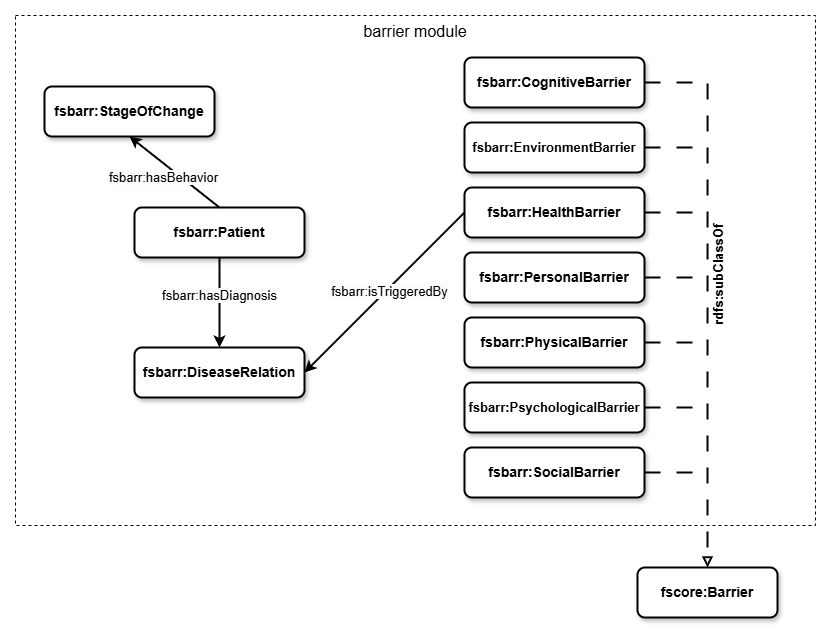
The draw.io diagram diagrams/barrier/barrier_module.png in IDA-FBK/FuS-KG, before a commit. Source tidied: cells renumbered, new cells last; positions are measured from the earlier drawing's top-left corner, leaving out a move shared by most shapes.
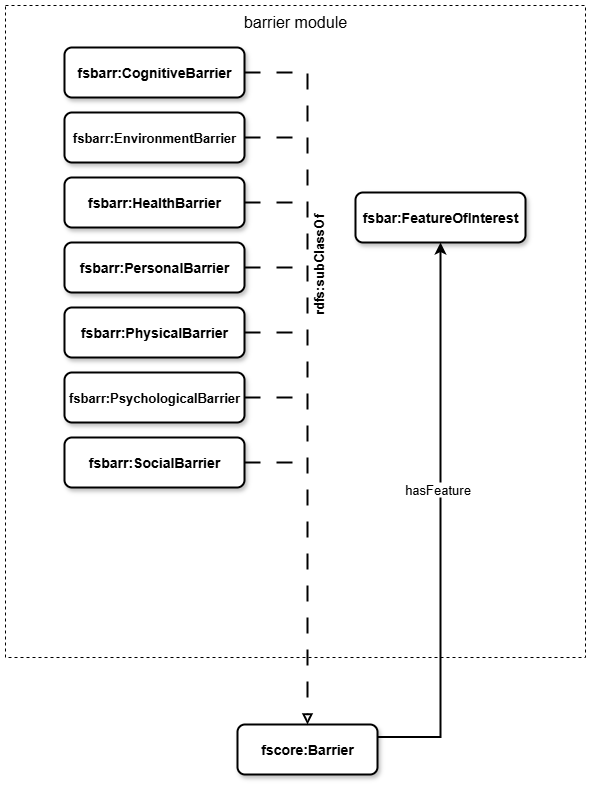
After the commit.

Change to the diagram source:
```diff
@@ -3,75 +3,67 @@
     <mxCell id="0" />
     <mxCell id="1" parent="0" />
     <mxCell id="2" value="barrier module" style="rounded=0;whiteSpace=wrap;html=1;verticalAlign=top;fontSize=16;fillColor=none;dashed=1;" parent="1" vertex="1">
-      <mxGeometry width="800" height="510" as="geometry" />
+      <mxGeometry x="390" width="580" height="652" as="geometry" />
     </mxCell>
-    <mxCell id="3" style="edgeStyle=none;shape=connector;rounded=0;jettySize=auto;html=1;exitX=1;exitY=0.5;exitDx=0;exitDy=0;dashed=1;dashPattern=8 8;strokeColor=default;strokeWidth=2;align=center;verticalAlign=middle;fontFamily=Helvetica;fontSize=11;fontColor=default;labelBackgroundColor=default;endArrow=none;endFill=0;" parent="1" edge="1" source="4">
-      <mxGeometry relative="1" as="geometry">
-        <mxPoint x="692" y="197" as="targetPoint" />
-      </mxGeometry>
-    </mxCell>
+    <mxCell id="27" style="edgeStyle=none;shape=connector;rounded=0;jettySize=auto;html=1;exitX=1;exitY=0.5;exitDx=0;exitDy=0;dashed=1;dashPattern=8 8;strokeColor=default;strokeWidth=2;align=center;verticalAlign=middle;fontFamily=Helvetica;fontSize=11;fontColor=default;labelBackgroundColor=default;endArrow=none;endFill=0;" parent="1" edge="1" source="4">
+      <mxGeometry relative="1" as="geometry">
+        <mxPoint x="692" y="197" as="targetPoint" />
+      </mxGeometry>
+    </mxCell>
     <mxCell id="4" value="&lt;span style=&quot;text-align: left;&quot;&gt;fsbarr:HealthBarrier&lt;/span&gt;" style="rounded=1;whiteSpace=wrap;html=1;strokeColor=default;strokeWidth=2;align=center;verticalAlign=middle;fontFamily=Helvetica;fontSize=14;fontColor=default;fillColor=default;shadow=1;fontStyle=1;" parent="1" vertex="1">
       <mxGeometry x="449" y="172" width="180" height="50" as="geometry" />
     </mxCell>
-    <mxCell id="5" style="edgeStyle=none;shape=connector;rounded=0;jettySize=auto;html=1;exitX=0;exitY=0.5;exitDx=0;exitDy=0;entryX=1;entryY=0.5;entryDx=0;entryDy=0;strokeColor=default;strokeWidth=2;align=center;verticalAlign=middle;fontFamily=Helvetica;fontSize=13;fontColor=default;labelBackgroundColor=default;endArrow=classic;" parent="1" edge="1" source="4" target="9">
-      <mxGeometry relative="1" as="geometry" />
-    </mxCell>
-    <mxCell id="6" value="&lt;span style=&quot;text-align: left; text-wrap-mode: wrap; background-color: rgb(251, 251, 251);&quot;&gt;fsbarr:isTriggeredBy&lt;/span&gt;" style="edgeLabel;html=1;align=center;verticalAlign=middle;fontFamily=Helvetica;fontSize=13;fontColor=default;labelBackgroundColor=default;" parent="5" vertex="1">
-      <mxGeometry x="-0.03" y="2" relative="1" as="geometry" />
-    </mxCell>
-    <mxCell id="7" style="edgeStyle=none;shape=connector;rounded=0;jettySize=auto;html=1;exitX=1;exitY=0.5;exitDx=0;exitDy=0;dashed=1;dashPattern=8 8;strokeColor=default;strokeWidth=2;align=center;verticalAlign=middle;fontFamily=Helvetica;fontSize=11;fontColor=default;labelBackgroundColor=default;endArrow=none;endFill=0;" parent="1" edge="1" source="8">
-      <mxGeometry relative="1" as="geometry">
-        <mxPoint x="692" y="262" as="targetPoint" />
-      </mxGeometry>
-    </mxCell>
+    <mxCell id="28" style="edgeStyle=none;shape=connector;rounded=0;jettySize=auto;html=1;exitX=1;exitY=0.5;exitDx=0;exitDy=0;dashed=1;dashPattern=8 8;strokeColor=default;strokeWidth=2;align=center;verticalAlign=middle;fontFamily=Helvetica;fontSize=11;fontColor=default;labelBackgroundColor=default;endArrow=none;endFill=0;" parent="1" edge="1" source="8">
+      <mxGeometry relative="1" as="geometry">
+        <mxPoint x="692" y="262" as="targetPoint" />
+      </mxGeometry>
+    </mxCell>
     <mxCell id="8" value="&lt;span style=&quot;text-align: left;&quot;&gt;&lt;font&gt;fsbarr:PersonalBarrier&lt;/font&gt;&lt;/span&gt;" style="rounded=1;whiteSpace=wrap;html=1;strokeColor=default;strokeWidth=2;align=center;verticalAlign=middle;fontFamily=Helvetica;fontSize=14;fontColor=default;fillColor=default;shadow=1;fontStyle=1;" parent="1" vertex="1">
       <mxGeometry x="449" y="237" width="180" height="50" as="geometry" />
     </mxCell>
-    <mxCell id="9" value="&lt;span style=&quot;text-align: left;&quot;&gt;&lt;font style=&quot;font-size: 14px;&quot;&gt;fsbarr:DiseaseRelation&lt;/font&gt;&lt;/span&gt;" style="rounded=1;whiteSpace=wrap;html=1;strokeColor=default;strokeWidth=2;align=center;verticalAlign=middle;fontFamily=Helvetica;fontSize=14;fontColor=default;fillColor=default;shadow=1;fontStyle=1;" parent="1" vertex="1">
-      <mxGeometry x="119" y="332" width="170" height="50" as="geometry" />
-    </mxCell>
+    <mxCell id="29" style="edgeStyle=orthogonalEdgeStyle;rounded=0;jettySize=auto;html=1;exitX=1;exitY=0.25;exitDx=0;exitDy=0;strokeColor=default;strokeWidth=2;align=center;verticalAlign=middle;fontFamily=Helvetica;fontSize=13;fontColor=default;labelBackgroundColor=default;endArrow=classic;" parent="1" edge="1" source="10" target="32">
+      <mxGeometry relative="1" as="geometry" />
+    </mxCell>
+    <mxCell id="30" value="hasFeature" style="edgeLabel;html=1;align=center;verticalAlign=middle;fontFamily=Helvetica;fontSize=13;fontColor=default;labelBackgroundColor=default;fillColor=none;gradientColor=none;rounded=0;strokeColor=default;strokeWidth=2;" parent="29" vertex="1">
+      <mxGeometry x="0.12" y="4" relative="1" as="geometry">
+        <mxPoint y="1" as="offset" />
+      </mxGeometry>
+    </mxCell>
     <mxCell id="10" value="fscore:Barrier" style="rounded=1;whiteSpace=wrap;html=1;strokeColor=default;strokeWidth=2;align=center;verticalAlign=middle;fontFamily=Helvetica;fontSize=14;fontColor=default;fillColor=default;shadow=1;fontStyle=1;" parent="1" vertex="1">
-      <mxGeometry x="622" y="552" width="140" height="50" as="geometry" />
+      <mxGeometry x="622" y="719" width="140" height="50" as="geometry" />
     </mxCell>
     <mxCell id="11" value="&lt;font style=&quot;font-size: 13px;&quot;&gt;&lt;span style=&quot;font-size: 13px;&quot;&gt;rdfs:subClassOf&lt;/span&gt;&lt;/font&gt;" style="text;html=1;strokeColor=none;fillColor=none;align=center;verticalAlign=middle;whiteSpace=wrap;rounded=0;rotation=270;fontSize=13;fontStyle=1;flipV=1;flipH=0;direction=west;" parent="1" vertex="1">
       <mxGeometry x="618" y="244" width="170" height="30" as="geometry" />
     </mxCell>
-    <mxCell id="12" value="&lt;span style=&quot;text-align: left;&quot;&gt;fsbarr:StageOfChange&lt;/span&gt;" style="rounded=1;whiteSpace=wrap;html=1;strokeColor=default;strokeWidth=2;align=center;verticalAlign=middle;fontFamily=Helvetica;fontSize=14;fontColor=default;fillColor=default;shadow=1;fontStyle=1;" parent="1" vertex="1">
-      <mxGeometry x="29" y="71" width="170" height="50" as="geometry" />
-    </mxCell>
-    <mxCell id="13" style="edgeStyle=none;rounded=0;jettySize=auto;html=1;exitX=0.5;exitY=1;exitDx=0;exitDy=0;entryX=0.5;entryY=0;entryDx=0;entryDy=0;strokeColor=default;strokeWidth=2;align=center;verticalAlign=middle;fontFamily=Helvetica;fontSize=13;fontColor=default;labelBackgroundColor=default;endArrow=classic;" parent="1" edge="1" source="15" target="9">
-      <mxGeometry relative="1" as="geometry" />
-    </mxCell>
-    <mxCell id="14" value="&lt;span style=&quot;text-align: left; text-wrap-mode: wrap; background-color: rgb(251, 251, 251);&quot;&gt;fsbarr:hasDiagnosis&lt;/span&gt;" style="edgeLabel;html=1;align=center;verticalAlign=middle;fontFamily=Helvetica;fontSize=13;fontColor=default;labelBackgroundColor=default;" parent="13" vertex="1">
-      <mxGeometry x="-0.16" y="-1" relative="1" as="geometry" />
-    </mxCell>
-    <mxCell id="15" value="&lt;span style=&quot;text-align: left;&quot;&gt;fsbarr:Patient&lt;/span&gt;" style="rounded=1;whiteSpace=wrap;html=1;strokeColor=default;strokeWidth=2;align=center;verticalAlign=middle;fontFamily=Helvetica;fontSize=14;fontColor=default;fillColor=default;shadow=1;fontStyle=1;" parent="1" vertex="1">
-      <mxGeometry x="119" y="192" width="170" height="50" as="geometry" />
-    </mxCell>
-    <mxCell id="16" value="&lt;span style=&quot;text-align: left; text-wrap-mode: wrap; background-color: rgb(251, 251, 251);&quot;&gt;&lt;font style=&quot;font-size: 13px;&quot;&gt;fsbarr:hasBehavior&lt;/font&gt;&lt;/span&gt;" style="edgeStyle=none;jettySize=auto;html=1;rounded=0;fontSize=13;strokeWidth=2;entryX=0.5;entryY=1;entryDx=0;entryDy=0;exitX=0.5;exitY=0;exitDx=0;exitDy=0;" parent="1" edge="1" source="15" target="12">
-      <mxGeometry x="0.09" y="11" relative="1" as="geometry" />
-    </mxCell>
-    <mxCell id="17" style="edgeStyle=none;shape=connector;rounded=0;jettySize=auto;html=1;exitX=1;exitY=0.5;exitDx=0;exitDy=0;dashed=1;dashPattern=8 8;strokeColor=default;strokeWidth=2;align=center;verticalAlign=middle;fontFamily=Helvetica;fontSize=11;fontColor=default;labelBackgroundColor=default;endArrow=none;endFill=0;" parent="1" edge="1" source="18">
-      <mxGeometry relative="1" as="geometry">
-        <mxPoint x="692" y="327" as="targetPoint" />
-      </mxGeometry>
-    </mxCell>
+    <mxCell id="31" style="edgeStyle=orthogonalEdgeStyle;rounded=0;orthogonalLoop=1;jettySize=auto;html=1;" parent="1" edge="1">
+      <mxGeometry relative="1" as="geometry">
+        <mxPoint x="703" y="194" as="targetPoint" />
+      </mxGeometry>
+    </mxCell>
+    <mxCell id="32" value="fsbar:FeatureOfInterest" style="rounded=1;whiteSpace=wrap;html=1;strokeColor=default;strokeWidth=2;align=center;verticalAlign=middle;fontFamily=Helvetica;fontSize=14;fontColor=default;fillColor=default;shadow=1;fontStyle=1;" parent="1" vertex="1">
+      <mxGeometry x="740" y="187" width="170" height="50" as="geometry" />
+    </mxCell>
+    <mxCell id="33" style="edgeStyle=none;shape=connector;rounded=0;jettySize=auto;html=1;exitX=1;exitY=0.5;exitDx=0;exitDy=0;dashed=1;dashPattern=8 8;strokeColor=default;strokeWidth=2;align=center;verticalAlign=middle;fontFamily=Helvetica;fontSize=11;fontColor=default;labelBackgroundColor=default;endArrow=none;endFill=0;" parent="1" edge="1" source="18">
+      <mxGeometry relative="1" as="geometry">
+        <mxPoint x="692" y="327" as="targetPoint" />
+      </mxGeometry>
+    </mxCell>
     <mxCell id="18" value="&lt;span style=&quot;text-align: left;&quot;&gt;&lt;font&gt;fsbarr:PhysicalBarrier&lt;/font&gt;&lt;/span&gt;" style="rounded=1;whiteSpace=wrap;html=1;strokeColor=default;strokeWidth=2;align=center;verticalAlign=middle;fontFamily=Helvetica;fontSize=14;fontColor=default;fillColor=default;shadow=1;fontStyle=1;" parent="1" vertex="1">
       <mxGeometry x="449" y="302" width="180" height="50" as="geometry" />
     </mxCell>
-    <mxCell id="19" style="edgeStyle=none;shape=connector;rounded=0;jettySize=auto;html=1;exitX=1;exitY=0.5;exitDx=0;exitDy=0;dashed=1;dashPattern=8 8;strokeColor=default;strokeWidth=2;align=center;verticalAlign=middle;fontFamily=Helvetica;fontSize=11;fontColor=default;labelBackgroundColor=default;endArrow=none;endFill=0;" parent="1" edge="1" source="20">
-      <mxGeometry relative="1" as="geometry">
-        <mxPoint x="692" y="392" as="targetPoint" />
-      </mxGeometry>
-    </mxCell>
+    <mxCell id="34" style="edgeStyle=none;shape=connector;rounded=0;jettySize=auto;html=1;exitX=1;exitY=0.5;exitDx=0;exitDy=0;dashed=1;dashPattern=8 8;strokeColor=default;strokeWidth=2;align=center;verticalAlign=middle;fontFamily=Helvetica;fontSize=11;fontColor=default;labelBackgroundColor=default;endArrow=none;endFill=0;" parent="1" edge="1" source="20">
+      <mxGeometry relative="1" as="geometry">
+        <mxPoint x="692" y="392" as="targetPoint" />
+      </mxGeometry>
+    </mxCell>
     <mxCell id="20" value="&lt;span style=&quot;text-align: left;&quot;&gt;&lt;font style=&quot;font-size: 13px;&quot;&gt;fsbarr:PsychologicalBarrier&lt;/font&gt;&lt;/span&gt;" style="rounded=1;whiteSpace=wrap;html=1;strokeColor=default;strokeWidth=2;align=center;verticalAlign=middle;fontFamily=Helvetica;fontSize=14;fontColor=default;fillColor=default;shadow=1;fontStyle=1;" parent="1" vertex="1">
       <mxGeometry x="449" y="367" width="180" height="50" as="geometry" />
     </mxCell>
-    <mxCell id="21" style="edgeStyle=none;shape=connector;rounded=0;jettySize=auto;html=1;exitX=1;exitY=0.5;exitDx=0;exitDy=0;dashed=1;dashPattern=8 8;strokeColor=default;strokeWidth=2;align=center;verticalAlign=middle;fontFamily=Helvetica;fontSize=11;fontColor=default;labelBackgroundColor=default;endArrow=none;endFill=0;" parent="1" edge="1" source="22">
-      <mxGeometry relative="1" as="geometry">
-        <mxPoint x="692" y="457" as="targetPoint" />
-      </mxGeometry>
-    </mxCell>
+    <mxCell id="35" style="edgeStyle=none;shape=connector;rounded=0;jettySize=auto;html=1;exitX=1;exitY=0.5;exitDx=0;exitDy=0;dashed=1;dashPattern=8 8;strokeColor=default;strokeWidth=2;align=center;verticalAlign=middle;fontFamily=Helvetica;fontSize=11;fontColor=default;labelBackgroundColor=default;endArrow=none;endFill=0;" parent="1" edge="1" source="22">
+      <mxGeometry relative="1" as="geometry">
+        <mxPoint x="692" y="457" as="targetPoint" />
+      </mxGeometry>
+    </mxCell>
     <mxCell id="22" value="fsbarr:SocialBarrier" style="rounded=1;whiteSpace=wrap;html=1;strokeColor=default;strokeWidth=2;align=center;verticalAlign=middle;fontFamily=Helvetica;fontSize=14;fontColor=default;fillColor=default;shadow=1;fontStyle=1;" parent="1" vertex="1">
       <mxGeometry x="449" y="432" width="180" height="50" as="geometry" />
     </mxCell>
@@ -81,11 +73,11 @@
     <mxCell id="24" value="fsbarr:CognitiveBarrier" style="rounded=1;whiteSpace=wrap;html=1;strokeColor=default;strokeWidth=2;align=center;verticalAlign=middle;fontFamily=Helvetica;fontSize=14;fontColor=default;fillColor=default;shadow=1;fontStyle=1;" parent="1" vertex="1">
       <mxGeometry x="449" y="42" width="180" height="50" as="geometry" />
     </mxCell>
-    <mxCell id="25" style="shape=connector;rounded=0;jettySize=auto;html=1;exitX=1;exitY=0.5;exitDx=0;exitDy=0;dashed=1;dashPattern=8 8;strokeColor=default;strokeWidth=2;align=center;verticalAlign=middle;fontFamily=Helvetica;fontSize=11;fontColor=default;labelBackgroundColor=default;endArrow=none;endFill=0;" parent="1" edge="1" source="26">
-      <mxGeometry relative="1" as="geometry">
-        <mxPoint x="692" y="132" as="targetPoint" />
-      </mxGeometry>
-    </mxCell>
+    <mxCell id="36" style="shape=connector;rounded=0;jettySize=auto;html=1;exitX=1;exitY=0.5;exitDx=0;exitDy=0;dashed=1;dashPattern=8 8;strokeColor=default;strokeWidth=2;align=center;verticalAlign=middle;fontFamily=Helvetica;fontSize=11;fontColor=default;labelBackgroundColor=default;endArrow=none;endFill=0;" parent="1" edge="1" source="26">
+      <mxGeometry relative="1" as="geometry">
+        <mxPoint x="692" y="132" as="targetPoint" />
+      </mxGeometry>
+    </mxCell>
     <mxCell id="26" value="&lt;span style=&quot;text-align: left;&quot;&gt;fsbarr:EnvironmentBarrier&lt;/span&gt;" style="rounded=1;whiteSpace=wrap;html=1;strokeColor=default;strokeWidth=2;align=center;verticalAlign=middle;fontFamily=Helvetica;fontSize=13;fontColor=default;fillColor=default;shadow=1;fontStyle=1;" parent="1" vertex="1">
       <mxGeometry x="449" y="107" width="180" height="50" as="geometry" />
     </mxCell>
```
